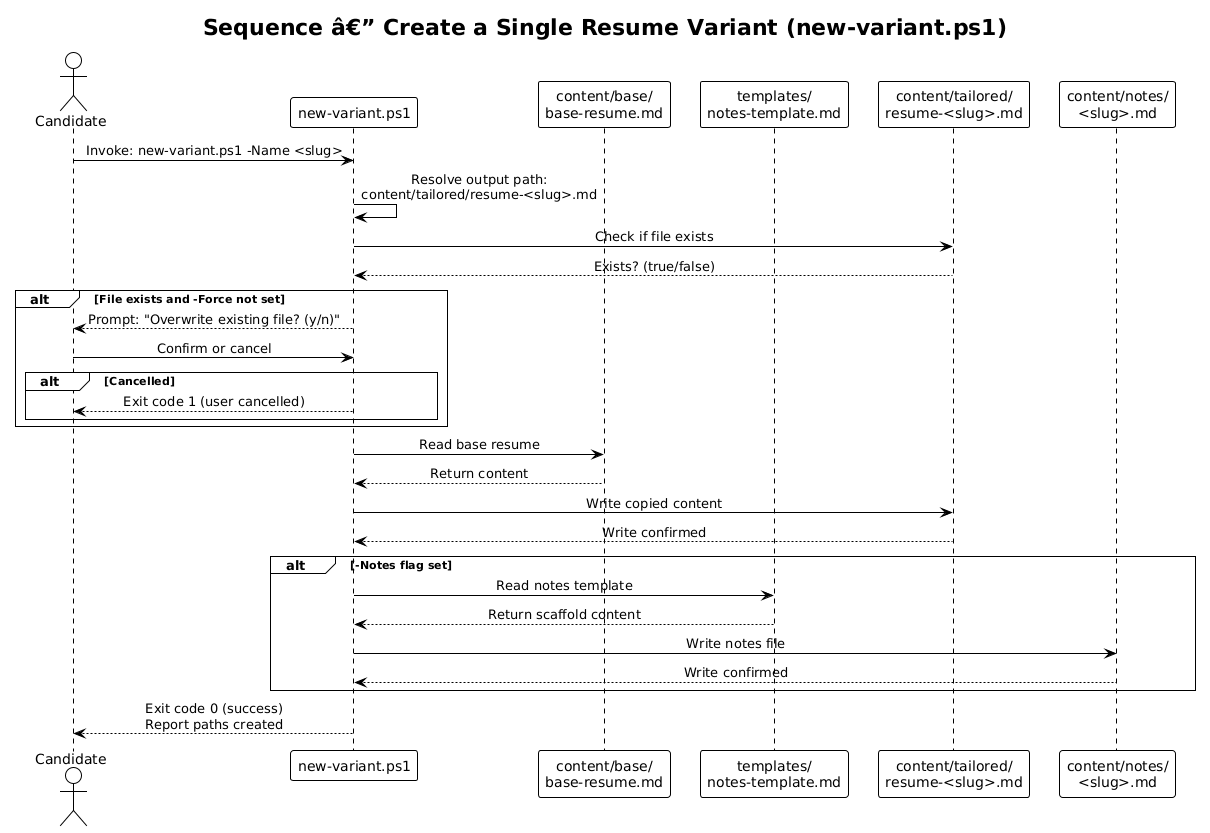
QuinntyneBrown/Orbit keeps this PlantUML diagram as docs/detailed-designs/12-workflow-automation/diagrams/sequence_new_variant.png. Above is the earlier version.
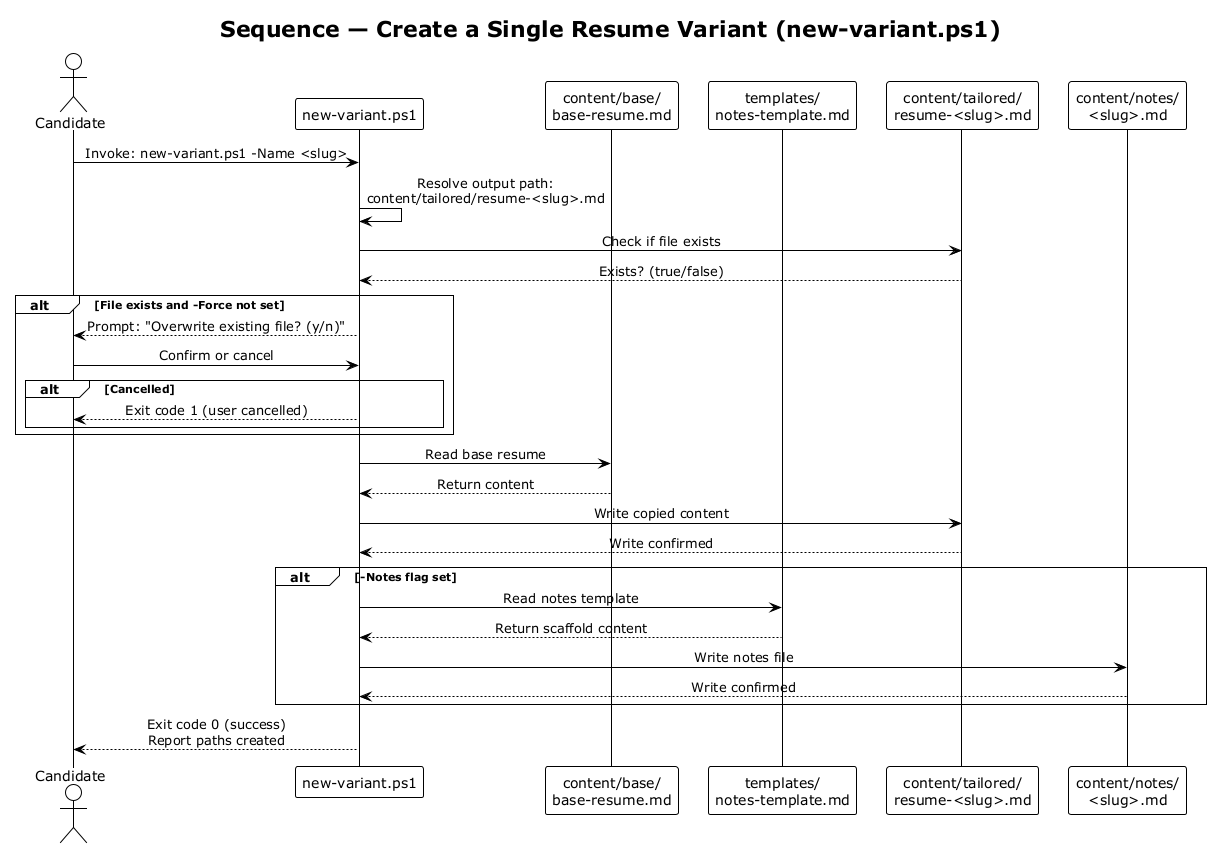
Above is the later version.

Change to the diagram source:
```diff
@@ -1,8 +1,8 @@
-@startuml
+@startuml sequence_new_variant
 !theme plain
 skinparam sequenceMessageAlign center
 
-title Sequence â€” Create a Single Resume Variant (new-variant.ps1)
+title Sequence — Create a Single Resume Variant (new-variant.ps1)
 
 actor Candidate
 participant "new-variant.ps1" as Script
@@ -40,4 +40,5 @@
 end
 
 Script --> Candidate : Exit code 0 (success)\nReport paths created
+
 @enduml
```
